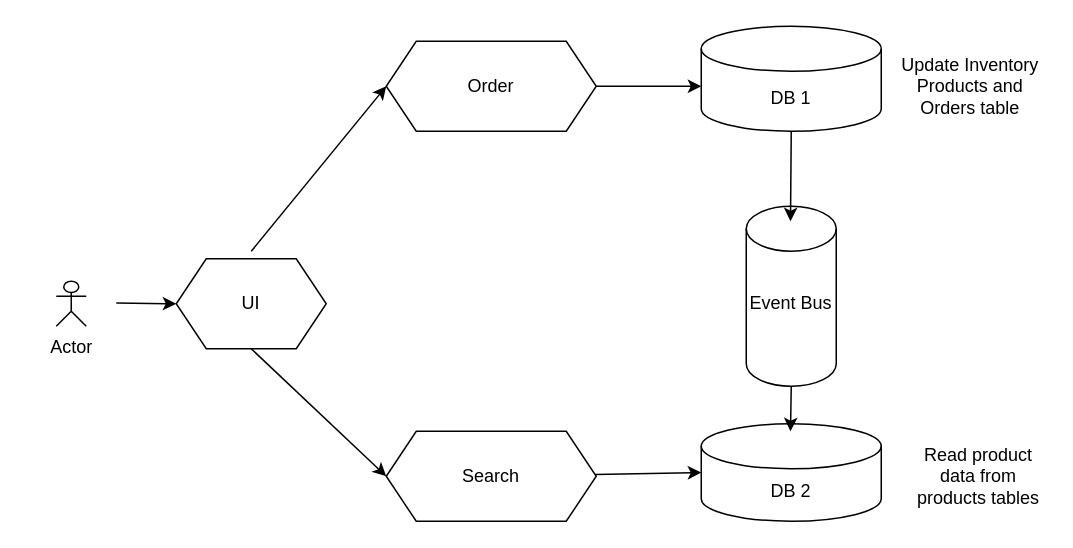
Mangesh1206/ArchitectureDiagram keeps this draw.io diagram as CQRS.drawio. Above is the earlier version. Source tidied: cells renumbered, new cells numbered last; positions are measured from the earlier drawing's top-left corner, leaving out a move shared by most shapes. Both pictures are drawn from the tidied source at 150%, with x=0, y=0 at pixel (56, 26).
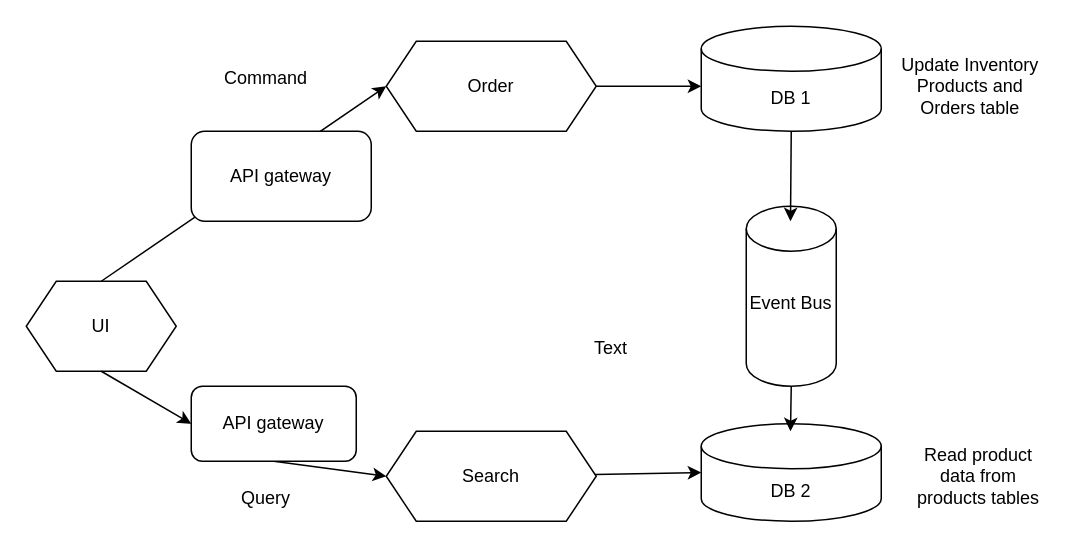
Above is the later version.

The change refers to these unchanged cells:
```xml
<mxCell id="7" value="Order" style="shape=hexagon;perimeter=hexagonPerimeter2;whiteSpace=wrap;html=1;fixedSize=1;" parent="1" vertex="1">
  <mxGeometry x="220" y="10" width="140" height="60" as="geometry" />
</mxCell>
<mxCell id="8" value="Search" style="shape=hexagon;perimeter=hexagonPerimeter2;whiteSpace=wrap;html=1;fixedSize=1;" parent="1" vertex="1">
  <mxGeometry x="220" y="270" width="140" height="60" as="geometry" />
</mxCell>
```

Diff of the diagram source:
```diff
@@
-    <mxCell id="2" value="Actor" style="shape=umlActor;verticalLabelPosition=bottom;verticalAlign=top;html=1;" parent="1" vertex="1">
-      <mxGeometry y="170" width="20" height="30" as="geometry" />
-    </mxCell>
-    <mxCell id="3" style="endArrow=classic;html=1;rounded=0;" parent="1" edge="1">
-      <mxGeometry relative="1" as="geometry">
-        <mxPoint x="40" y="184.5" as="sourcePoint" />
-        <mxPoint x="80" y="185" as="targetPoint" />
-      </mxGeometry>
-    </mxCell>
     <mxCell id="4" style="shape=hexagon;perimeter=hexagonPerimeter2;whiteSpace=wrap;html=1;fixedSize=1;" parent="1" vertex="1">
-      <mxGeometry x="80" y="155" width="100" height="60" as="geometry" />
+      <mxGeometry x="-20" y="170" width="100" height="60" as="geometry" />
     </mxCell>
     <mxCell id="5" value="UI" style="text;html=1;align=center;verticalAlign=middle;whiteSpace=wrap;rounded=0;" parent="1" vertex="1">
-      <mxGeometry x="100" y="170" width="60" height="30" as="geometry" />
+      <mxGeometry y="185" width="60" height="30" as="geometry" />
     </mxCell>
-    <mxCell id="6" style="endArrow=classic;html=1;rounded=0;entryX=0;entryY=0.5;entryDx=0;entryDy=0;" parent="1" edge="1" target="7">
-      <mxGeometry relative="1" as="geometry">
-        <mxPoint x="130" y="150" as="sourcePoint" />
-      </mxGeometry>
+    <mxCell id="6" style="endArrow=classic;html=1;rounded=0;entryX=0;entryY=0.5;entryDx=0;entryDy=0;exitX=0.5;exitY=0;exitDx=0;exitDy=0;" parent="1" edge="1" source="4" target="7">
+      <mxGeometry relative="1" as="geometry" />
     </mxCell>
@@
-    <mxCell id="9" style="endArrow=classic;html=1;rounded=0;exitX=0.5;exitY=1;exitDx=0;exitDy=0;entryX=0;entryY=0.5;entryDx=0;entryDy=0;" parent="1" edge="1" source="4" target="8">
+    <mxCell id="9" style="endArrow=classic;html=1;rounded=0;exitX=0.5;exitY=1;exitDx=0;exitDy=0;entryX=0;entryY=0.5;entryDx=0;entryDy=0;" parent="1" edge="1" source="22" target="8">
       <mxGeometry relative="1" as="geometry" />
     </mxCell>
@@
+    <mxCell id="20" value="API gateway" style="rounded=1;whiteSpace=wrap;html=1;" parent="1" vertex="1">
+      <mxGeometry x="90" y="70" width="120" height="60" as="geometry" />
+    </mxCell>
+    <mxCell id="21" style="endArrow=classic;html=1;rounded=0;exitX=0.5;exitY=1;exitDx=0;exitDy=0;entryX=0;entryY=0.5;entryDx=0;entryDy=0;" parent="1" edge="1" source="4" target="22">
+      <mxGeometry relative="1" as="geometry" />
+    </mxCell>
+    <mxCell id="22" value="API gateway" style="rounded=1;whiteSpace=wrap;html=1;" parent="1" vertex="1">
+      <mxGeometry x="90" y="240" width="110" height="50" as="geometry" />
+    </mxCell>
+    <mxCell id="23" value="Text" style="text;html=1;align=center;verticalAlign=middle;whiteSpace=wrap;rounded=0;" parent="1" vertex="1">
+      <mxGeometry x="340" y="200" width="60" height="30" as="geometry" />
+    </mxCell>
+    <mxCell id="24" value="Command" style="text;html=1;align=center;verticalAlign=middle;whiteSpace=wrap;rounded=0;" parent="1" vertex="1">
+      <mxGeometry x="110" y="20" width="60" height="30" as="geometry" />
+    </mxCell>
+    <mxCell id="25" value="Query" style="text;html=1;align=center;verticalAlign=middle;whiteSpace=wrap;rounded=0;" parent="1" vertex="1">
+      <mxGeometry x="110" y="300" width="60" height="30" as="geometry" />
+    </mxCell>
```
